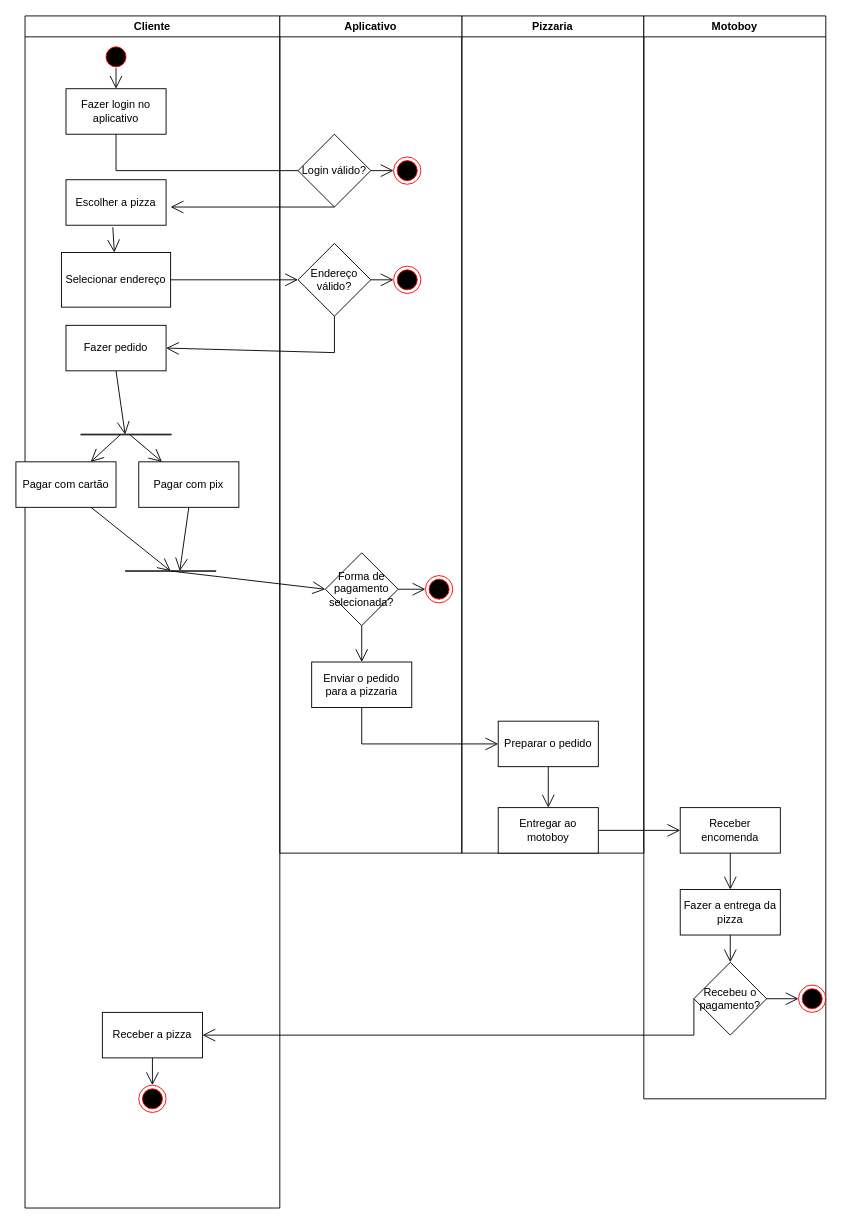
Earlier version of the draw.io diagram Diagramas de atividade/Diagrama de atividade - pizzaria.drawio (miguelsacardo/Draw.io). Source tidied: cells renumbered, new cells numbered last; positions are measured from the earlier drawing's top-left corner, leaving out a move shared by most shapes. Both pictures are drawn from the tidied source at 91%, with x=0, y=0 at pixel (15, 15).
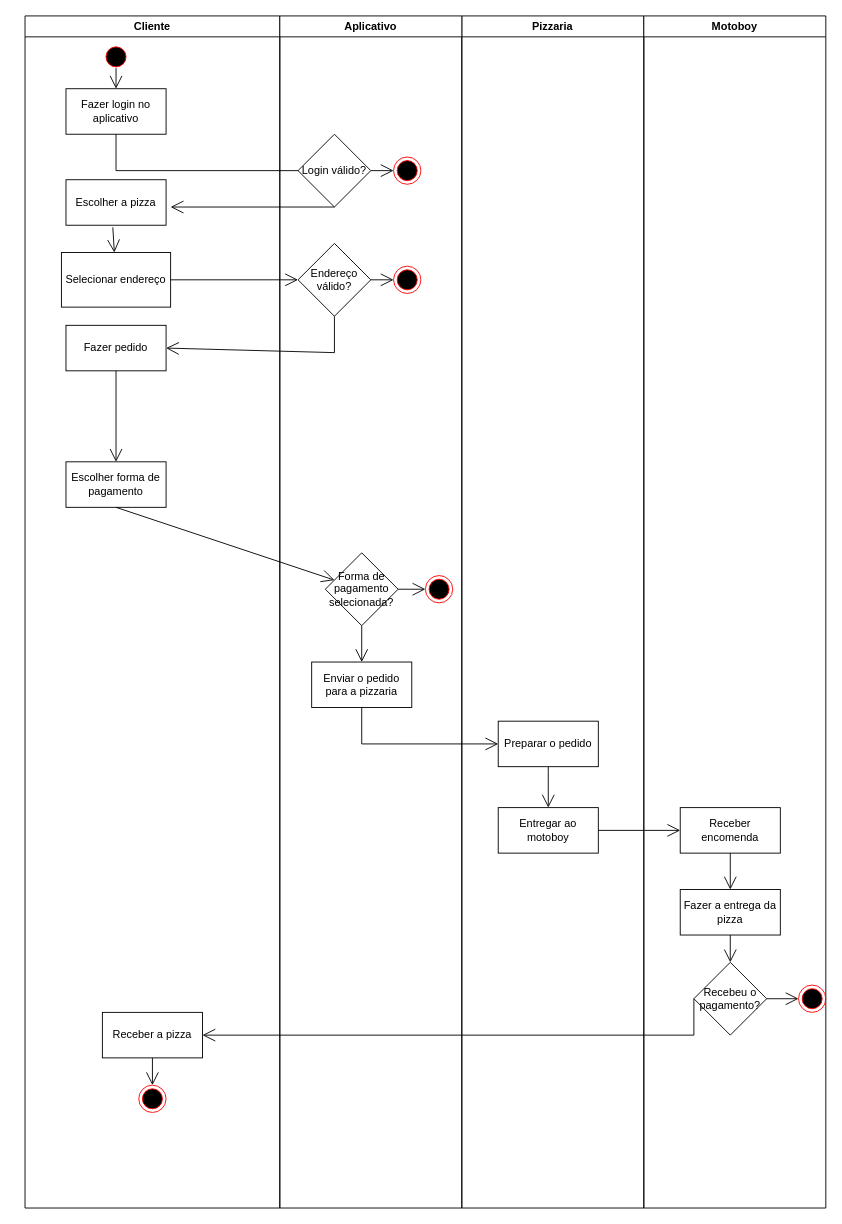
The same page after the edit.

Commit message (it also covers changes not shown here):
diagrama de atividade com correção em algumas fases. 08/11/2024

Unchanged cells that the change refers to:
```xml
<mxCell id="2" value="Cliente" style="swimlane;whiteSpace=wrap;html=1;" parent="1" vertex="1">
  <mxGeometry x="10" width="280" height="1310" as="geometry" />
</mxCell>
<mxCell id="6" value="Fazer pedido" style="html=1;whiteSpace=wrap;" parent="2" vertex="1">
  <mxGeometry x="45" y="340" width="110" height="50" as="geometry" />
</mxCell>
<mxCell id="26" value="Forma de pagamento selecionada?" style="rhombus;whiteSpace=wrap;html=1;" parent="23" vertex="1">
  <mxGeometry x="50" y="590" width="80" height="80" as="geometry" />
</mxCell>
```

The edit, as a diff of the source:
```diff
@@
-    <mxCell id="7" style="shape=link;html=1;rounded=0;width=-0.76923076923077;" parent="2" edge="1">
-      <mxGeometry relative="1" as="geometry">
-        <mxPoint x="61" y="460" as="sourcePoint" />
-        <mxPoint x="161" y="460" as="targetPoint" />
-      </mxGeometry>
-    </mxCell>
-    <mxCell id="8" value="Pagar com pix" style="html=1;whiteSpace=wrap;" parent="2" vertex="1">
-      <mxGeometry x="125" y="490" width="110" height="50" as="geometry" />
-    </mxCell>
-    <mxCell id="9" value="Pagar com cartão" style="html=1;whiteSpace=wrap;" parent="2" vertex="1">
-      <mxGeometry x="-10" y="490" width="110" height="50" as="geometry" />
-    </mxCell>
-    <mxCell id="10" style="endArrow=open;endFill=1;endSize=12;html=1;rounded=0;exitX=0.5;exitY=1;exitDx=0;exitDy=0;" parent="2" edge="1" source="6">
-      <mxGeometry relative="1" as="geometry">
-        <mxPoint x="110" y="460" as="targetPoint" />
-      </mxGeometry>
-    </mxCell>
-    <mxCell id="11" style="endArrow=open;endFill=1;endSize=12;html=1;rounded=0;" parent="2" edge="1" target="8">
-      <mxGeometry relative="1" as="geometry">
-        <mxPoint x="115" y="460" as="sourcePoint" />
-      </mxGeometry>
-    </mxCell>
-    <mxCell id="12" style="endArrow=open;endFill=1;endSize=12;html=1;rounded=0;" parent="2" edge="1" target="9">
-      <mxGeometry relative="1" as="geometry">
-        <mxPoint x="105" y="460" as="sourcePoint" />
-      </mxGeometry>
-    </mxCell>
@@
-    <mxCell id="15" style="shape=link;html=1;rounded=0;width=0;" parent="2" edge="1">
-      <mxGeometry relative="1" as="geometry">
-        <mxPoint x="110" y="610" as="sourcePoint" />
-        <mxPoint x="210" y="610" as="targetPoint" />
-      </mxGeometry>
-    </mxCell>
@@
+    <mxCell id="10" style="endArrow=open;endFill=1;endSize=12;html=1;rounded=0;exitX=0.5;exitY=1;exitDx=0;exitDy=0;entryX=0.5;entryY=0;entryDx=0;entryDy=0;" parent="2" edge="1" source="6" target="54">
+      <mxGeometry relative="1" as="geometry" />
+    </mxCell>
+    <mxCell id="54" value="Escolher forma de pagamento" style="html=1;whiteSpace=wrap;" parent="2" vertex="1">
+      <mxGeometry x="45" y="490" width="110" height="50" as="geometry" />
+    </mxCell>
@@
     <mxCell id="19" value="Pizzaria" style="swimlane;whiteSpace=wrap;html=1;" parent="1" vertex="1">
-      <mxGeometry x="490" width="200" height="920" as="geometry" />
+      <mxGeometry x="490" width="200" height="1310" as="geometry" />
     </mxCell>
@@
     <mxCell id="23" value="Aplicativo" style="swimlane;whiteSpace=wrap;html=1;" parent="1" vertex="1">
-      <mxGeometry x="290" width="200" height="920" as="geometry" />
+      <mxGeometry x="290" width="200" height="1310" as="geometry" />
     </mxCell>
@@
-    <mxCell id="38" style="endArrow=open;endFill=1;endSize=12;html=1;rounded=0;exitX=0.75;exitY=1;exitDx=0;exitDy=0;" parent="1" edge="1" source="9">
-      <mxGeometry relative="1" as="geometry">
-        <mxPoint x="170" y="610" as="targetPoint" />
-      </mxGeometry>
-    </mxCell>
-    <mxCell id="39" style="endArrow=open;endFill=1;endSize=12;html=1;rounded=0;exitX=0.5;exitY=1;exitDx=0;exitDy=0;" parent="1" edge="1" source="8">
-      <mxGeometry relative="1" as="geometry">
-        <mxPoint x="180" y="610" as="targetPoint" />
-      </mxGeometry>
-    </mxCell>
-    <mxCell id="40" style="endArrow=open;endFill=1;endSize=12;html=1;rounded=0;entryX=0;entryY=0.5;entryDx=0;entryDy=0;" parent="1" edge="1" target="26">
-      <mxGeometry relative="1" as="geometry">
-        <mxPoint x="170" y="610" as="sourcePoint" />
-      </mxGeometry>
-    </mxCell>
@@
     <mxCell id="42" value="Motoboy" style="swimlane;whiteSpace=wrap;html=1;" parent="1" vertex="1">
-      <mxGeometry x="690" width="200" height="1190" as="geometry" />
+      <mxGeometry x="690" width="200" height="1310" as="geometry" />
     </mxCell>
@@
+    <mxCell id="55" style="endArrow=open;endFill=1;endSize=12;html=1;rounded=0;exitX=0.5;exitY=1;exitDx=0;exitDy=0;" parent="1" edge="1" source="54" target="26">
+      <mxGeometry relative="1" as="geometry" />
+    </mxCell>
```
